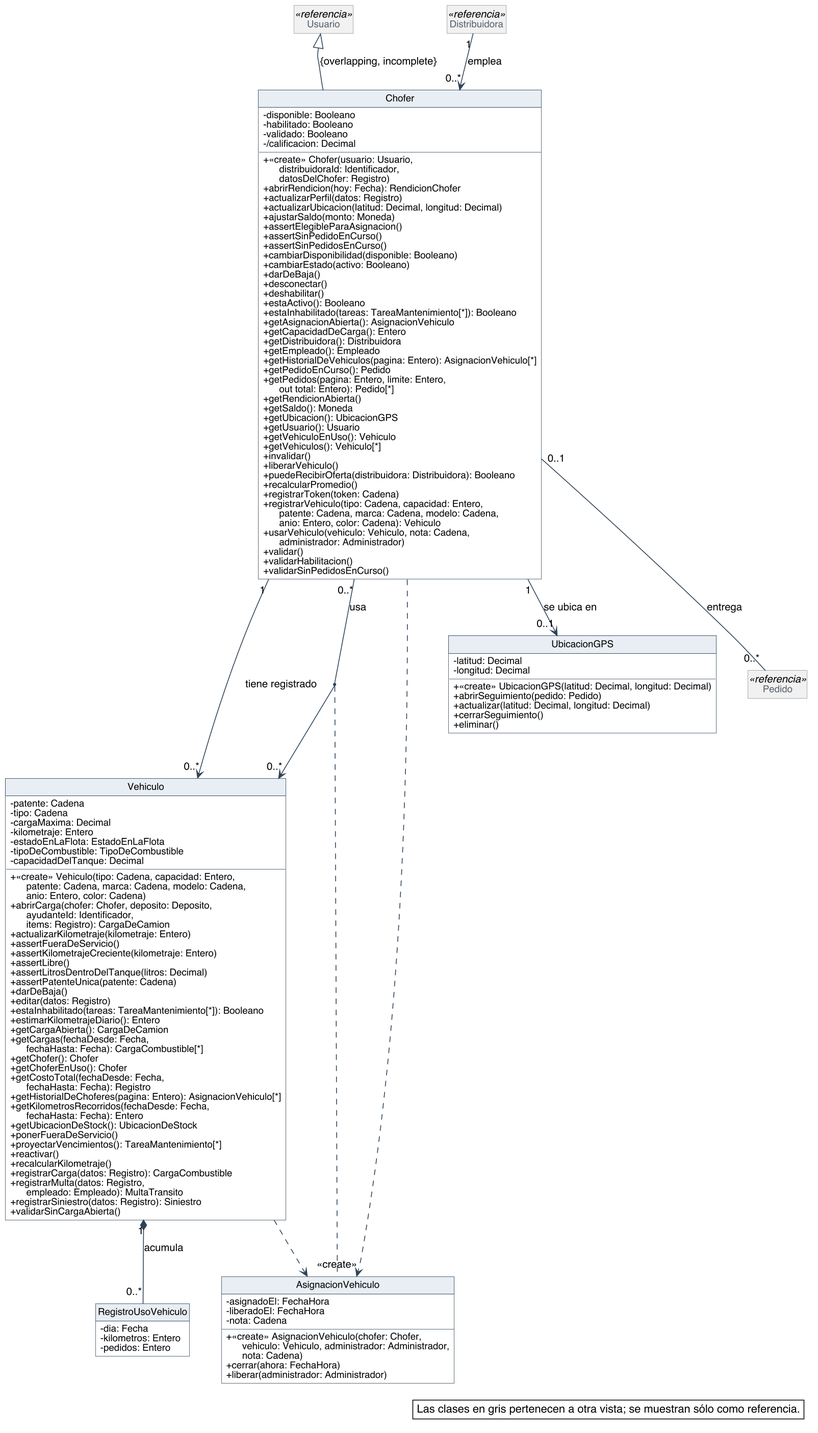
Earlier version of the PlantUML export diagramas/clases-diseno/DC_Choferes-y-vehiculos.png (Nahuelito-Dev/splg-docs).
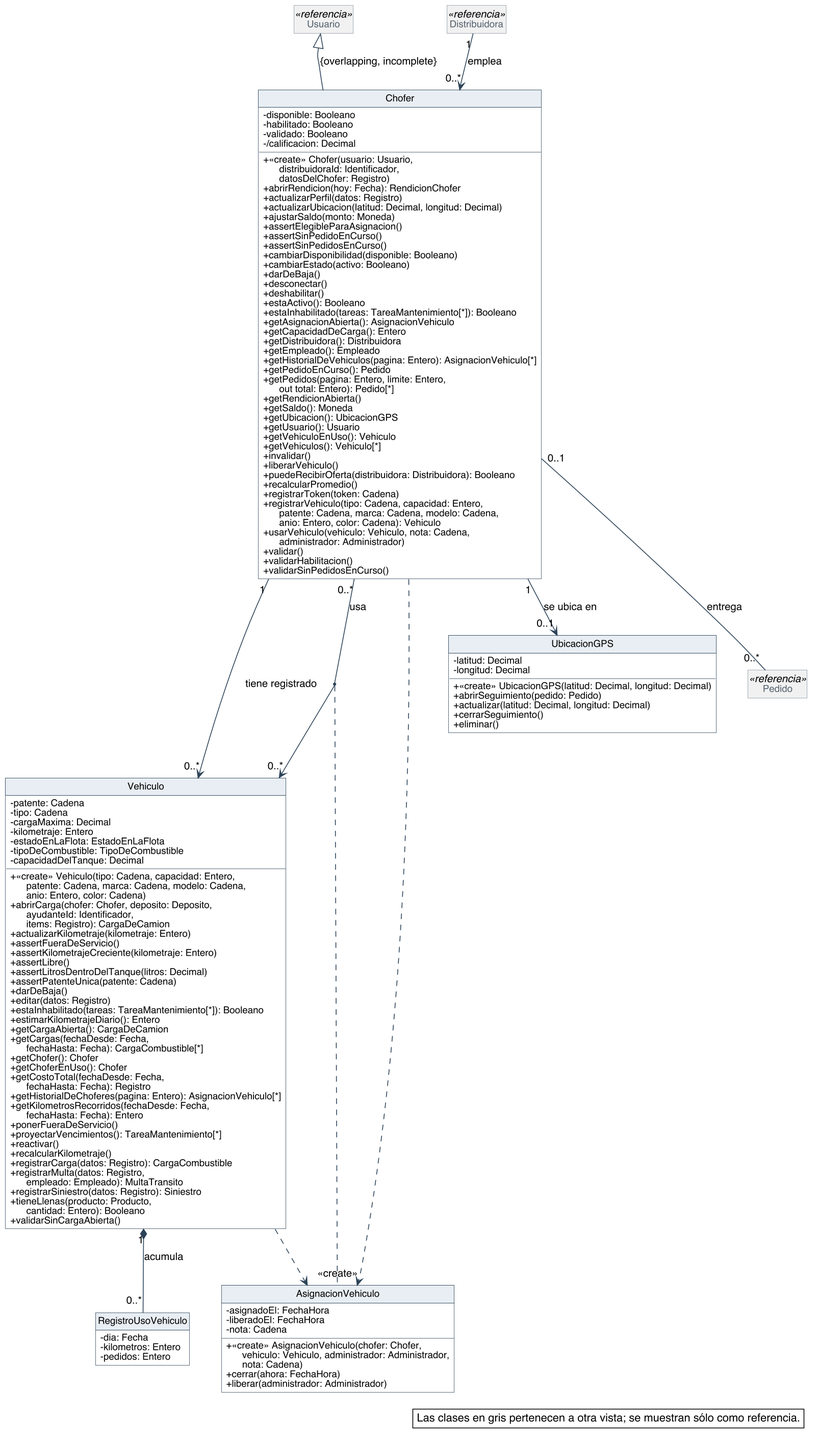
The same file after the commit.

The edit, as a diff of the source:
```diff
@@ -128,7 +128,6 @@
   + getCostoTotal(fechaDesde: Fecha,\n      fechaHasta: Fecha): Registro
   + getHistorialDeChoferes(pagina: Entero): AsignacionVehiculo[*]
   + getKilometrosRecorridos(fechaDesde: Fecha,\n      fechaHasta: Fecha): Entero
-  + getUbicacionDeStock(): UbicacionDeStock
   + ponerFueraDeServicio()
   + proyectarVencimientos(): TareaMantenimiento[*]
   + reactivar()
@@ -136,6 +135,7 @@
   + registrarCarga(datos: Registro): CargaCombustible
   + registrarMulta(datos: Registro,\n      empleado: Empleado): MultaTransito
   + registrarSiniestro(datos: Registro): Siniestro
+  + tieneLlenas(producto: Producto,\n      cantidad: Entero): Booleano
   + validarSinCargaAbierta()
 }
 class AsignacionVehiculo {
```
